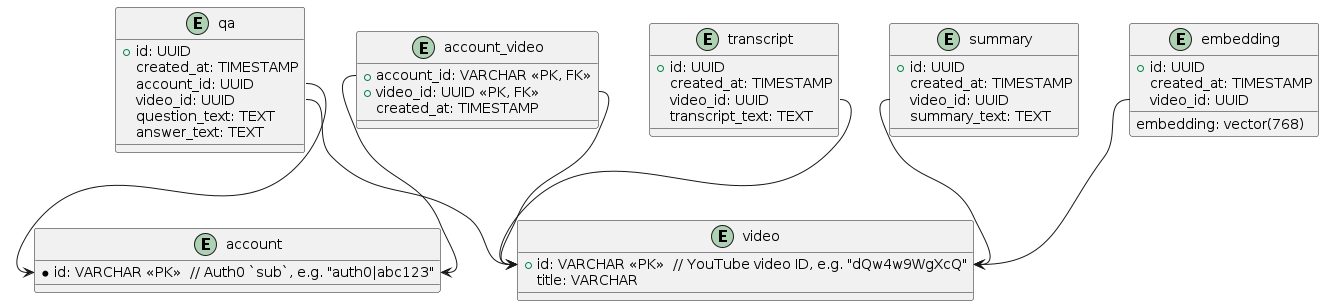
Above: docs/db_schema.png in vm1828/yt-assistant (PlantUML), before the change.
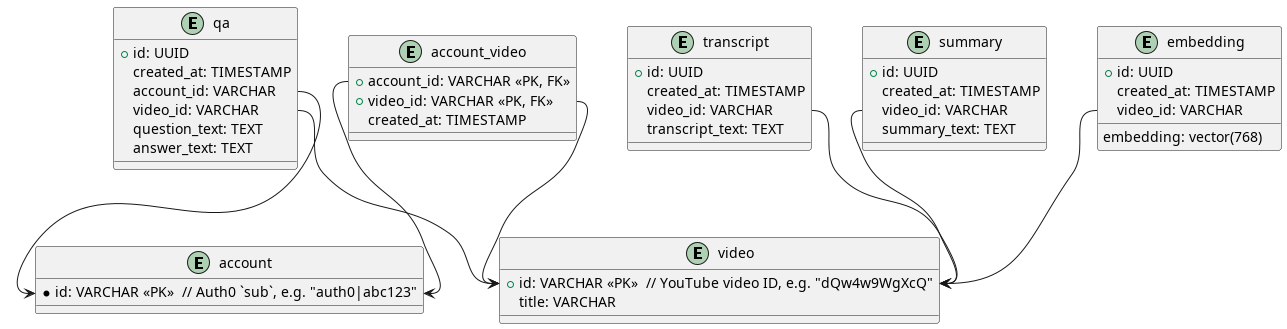
The same file after the commit.

What changed in the source:
```diff
@@ -11,29 +11,29 @@
 
 entity "account_video" {
   +account_id: VARCHAR <<PK, FK>>
-  +video_id: UUID <<PK, FK>>
+  +video_id: VARCHAR <<PK, FK>>
   created_at: TIMESTAMP
 }
 
 entity "transcript" {
   +id: UUID
   created_at: TIMESTAMP
-  video_id: UUID
+  video_id: VARCHAR
   transcript_text: TEXT
 }
 
 entity "summary" {
   +id: UUID
   created_at: TIMESTAMP
-  video_id: UUID
+  video_id: VARCHAR
   summary_text: TEXT
 }
 
 entity "qa" {
   +id: UUID
   created_at: TIMESTAMP
-  account_id: UUID
-  video_id: UUID
+  account_id: VARCHAR
+  video_id: VARCHAR
   question_text: TEXT
   answer_text: TEXT
 }
@@ -41,7 +41,7 @@
 entity "embedding" {
   +id: UUID
   created_at: TIMESTAMP
-  video_id: UUID
+  video_id: VARCHAR
   embedding: vector(768)
 }
 
```
